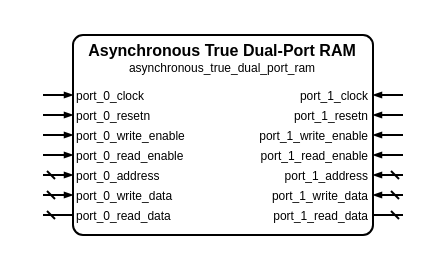
Louis-DR/OmniCores-BuildingBlocks keeps this draw.io diagram as sources/memory/asynchronous_true_dual_port_ram/asynchronous_true_dual_port_ram.symbol.drawio. Above is the earlier version. Source tidied: cells renumbered, new cells numbered last; positions are measured from the earlier drawing's top-left corner, leaving out a move shared by most shapes. Both pictures are drawn from the tidied source at 200%, with x=0, y=0 at pixel (42, 34).
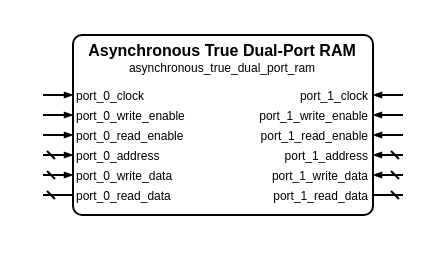
The same page after the edit.

What changed in the source:
```diff
@@
     <mxCell id="2" style="group;" parent="1" vertex="1">
-      <mxGeometry width="180" height="100" as="geometry" />
+      <mxGeometry width="180" height="90" as="geometry" />
     </mxCell>
     <mxCell id="3" style="rounded=1;arcSize=5;fillColor=none;strokeWidth=1;strokeColor=black;whiteSpace=wrap;html=1;" parent="2" vertex="1">
-      <mxGeometry x="15" width="150" height="100" as="geometry" />
+      <mxGeometry x="15" width="150" height="90" as="geometry" />
     </mxCell>
@@
-    <mxCell id="10" value="port_0_resetn" style="text;html=1;align=left;verticalAlign=middle;whiteSpace=wrap;rounded=0;fontSize=6;fontStyle=0;fontColor=black;" parent="2" vertex="1">
-      <mxGeometry x="15" y="40" width="150" as="geometry" />
-    </mxCell>
-    <mxCell id="11" style="html=1;rounded=1;strokeWidth=1;strokeColor=black;startFill=0;startSize=2;startArrow=none;endFill=1;endSize=2;endArrow=blockThin;sourcePerimeterSpacing=0;" parent="2" edge="1">
-      <mxGeometry relative="1" as="geometry">
-        <mxPoint y="40" as="sourcePoint" />
-        <mxPoint x="15" y="40" as="targetPoint" />
-      </mxGeometry>
-    </mxCell>
-    <mxCell id="12" value="port_1_resetn" style="text;html=1;align=right;verticalAlign=middle;whiteSpace=wrap;rounded=0;fontSize=6;fontStyle=0;fontColor=black;" parent="2" vertex="1">
-      <mxGeometry x="15" y="40" width="150" as="geometry" />
-    </mxCell>
-    <mxCell id="13" style="html=1;rounded=1;strokeWidth=1;strokeColor=black;startFill=0;startSize=2;startArrow=none;endFill=1;endSize=2;endArrow=blockThin;sourcePerimeterSpacing=0;" parent="2" edge="1">
-      <mxGeometry relative="1" as="geometry">
-        <mxPoint x="180" y="40" as="sourcePoint" />
-        <mxPoint x="165" y="40" as="targetPoint" />
-      </mxGeometry>
-    </mxCell>
     <mxCell id="14" value="port_0_write_enable" style="text;html=1;align=left;verticalAlign=middle;whiteSpace=wrap;rounded=0;fontSize=6;fontStyle=0;fontColor=black;" parent="2" vertex="1">
-      <mxGeometry x="15" y="50" width="150" as="geometry" />
+      <mxGeometry x="15" y="40" width="150" as="geometry" />
     </mxCell>
     <mxCell id="15" style="html=1;rounded=1;strokeWidth=1;strokeColor=black;startFill=0;startSize=2;startArrow=none;endFill=1;endSize=2;endArrow=blockThin;sourcePerimeterSpacing=0;" parent="2" edge="1">
       <mxGeometry relative="1" as="geometry">
-        <mxPoint y="50" as="sourcePoint" />
-        <mxPoint x="15" y="50" as="targetPoint" />
+        <mxPoint y="40" as="sourcePoint" />
+        <mxPoint x="15" y="40" as="targetPoint" />
       </mxGeometry>
     </mxCell>
     <mxCell id="16" value="port_1_write_enable" style="text;html=1;align=right;verticalAlign=middle;whiteSpace=wrap;rounded=0;fontSize=6;fontStyle=0;fontColor=black;" parent="2" vertex="1">
-      <mxGeometry x="15" y="50" width="150" as="geometry" />
+      <mxGeometry x="15" y="40" width="150" as="geometry" />
     </mxCell>
     <mxCell id="17" style="html=1;rounded=1;strokeWidth=1;strokeColor=black;startFill=0;startSize=2;startArrow=none;endFill=1;endSize=2;endArrow=blockThin;sourcePerimeterSpacing=0;" parent="2" edge="1">
       <mxGeometry relative="1" as="geometry">
-        <mxPoint x="180" y="50" as="sourcePoint" />
-        <mxPoint x="165" y="50" as="targetPoint" />
+        <mxPoint x="180" y="40" as="sourcePoint" />
+        <mxPoint x="165" y="40" as="targetPoint" />
       </mxGeometry>
     </mxCell>
     <mxCell id="18" value="port_0_read_enable" style="text;html=1;align=left;verticalAlign=middle;whiteSpace=wrap;rounded=0;fontSize=6;fontStyle=0;fontColor=black;" parent="2" vertex="1">
-      <mxGeometry x="15" y="60" width="150" as="geometry" />
+      <mxGeometry x="15" y="50" width="150" as="geometry" />
     </mxCell>
     <mxCell id="19" style="html=1;rounded=1;strokeWidth=1;strokeColor=black;startFill=0;startSize=2;startArrow=none;endFill=1;endSize=2;endArrow=blockThin;sourcePerimeterSpacing=0;" parent="2" edge="1">
       <mxGeometry relative="1" as="geometry">
-        <mxPoint y="60" as="sourcePoint" />
-        <mxPoint x="15" y="60" as="targetPoint" />
+        <mxPoint y="50" as="sourcePoint" />
+        <mxPoint x="15" y="50" as="targetPoint" />
       </mxGeometry>
     </mxCell>
     <mxCell id="20" value="port_1_read_enable" style="text;html=1;align=right;verticalAlign=middle;whiteSpace=wrap;rounded=0;fontSize=6;fontStyle=0;fontColor=black;" parent="2" vertex="1">
-      <mxGeometry x="15" y="60" width="150" as="geometry" />
+      <mxGeometry x="15" y="50" width="150" as="geometry" />
     </mxCell>
     <mxCell id="21" style="html=1;rounded=1;strokeWidth=1;strokeColor=black;startFill=0;startSize=2;startArrow=none;endFill=1;endSize=2;endArrow=blockThin;sourcePerimeterSpacing=0;" parent="2" edge="1">
       <mxGeometry relative="1" as="geometry">
-        <mxPoint x="180" y="60" as="sourcePoint" />
-        <mxPoint x="165" y="60" as="targetPoint" />
+        <mxPoint x="180" y="50" as="sourcePoint" />
+        <mxPoint x="165" y="50" as="targetPoint" />
       </mxGeometry>
     </mxCell>
     <mxCell id="22" value="port_0_address" style="text;html=1;align=left;verticalAlign=middle;whiteSpace=wrap;rounded=0;fontSize=6;fontStyle=0;fontColor=black;" parent="2" vertex="1">
-      <mxGeometry x="15" y="70" width="150" as="geometry" />
+      <mxGeometry x="15" y="60" width="150" as="geometry" />
     </mxCell>
     <mxCell id="23" style="html=1;rounded=1;strokeWidth=1;strokeColor=black;startFill=0;startSize=2;startArrow=dash;endFill=1;endSize=2;endArrow=blockThin;sourcePerimeterSpacing=0;" parent="2" edge="1">
       <mxGeometry relative="1" as="geometry">
-        <mxPoint y="70" as="sourcePoint" />
-        <mxPoint x="15" y="70" as="targetPoint" />
+        <mxPoint y="60" as="sourcePoint" />
+        <mxPoint x="15" y="60" as="targetPoint" />
       </mxGeometry>
     </mxCell>
     <mxCell id="24" value="port_1_address" style="text;html=1;align=right;verticalAlign=middle;whiteSpace=wrap;rounded=0;fontSize=6;fontStyle=0;fontColor=black;" parent="2" vertex="1">
-      <mxGeometry x="15" y="70" width="150" as="geometry" />
+      <mxGeometry x="15" y="60" width="150" as="geometry" />
     </mxCell>
     <mxCell id="25" style="html=1;rounded=1;strokeWidth=1;strokeColor=black;startFill=0;startSize=2;startArrow=dash;endFill=1;endSize=2;endArrow=blockThin;sourcePerimeterSpacing=0;" parent="2" edge="1">
       <mxGeometry relative="1" as="geometry">
-        <mxPoint x="180" y="70" as="sourcePoint" />
-        <mxPoint x="165" y="70" as="targetPoint" />
+        <mxPoint x="180" y="60" as="sourcePoint" />
+        <mxPoint x="165" y="60" as="targetPoint" />
       </mxGeometry>
     </mxCell>
     <mxCell id="26" value="port_0_write_data" style="text;html=1;align=left;verticalAlign=middle;whiteSpace=wrap;rounded=0;fontSize=6;fontStyle=0;fontColor=black;" parent="2" vertex="1">
-      <mxGeometry x="15" y="80" width="150" as="geometry" />
+      <mxGeometry x="15" y="70" width="150" as="geometry" />
     </mxCell>
     <mxCell id="27" style="html=1;rounded=1;strokeWidth=1;strokeColor=black;startFill=0;startSize=2;startArrow=dash;endFill=1;endSize=2;endArrow=blockThin;sourcePerimeterSpacing=0;" parent="2" edge="1">
       <mxGeometry relative="1" as="geometry">
-        <mxPoint y="80" as="sourcePoint" />
-        <mxPoint x="15" y="80" as="targetPoint" />
+        <mxPoint y="70" as="sourcePoint" />
+        <mxPoint x="15" y="70" as="targetPoint" />
       </mxGeometry>
     </mxCell>
     <mxCell id="28" value="port_1_write_data" style="text;html=1;align=right;verticalAlign=middle;whiteSpace=wrap;rounded=0;fontSize=6;fontStyle=0;fontColor=black;" parent="2" vertex="1">
-      <mxGeometry x="15" y="80" width="150" as="geometry" />
+      <mxGeometry x="15" y="70" width="150" as="geometry" />
     </mxCell>
     <mxCell id="29" style="html=1;rounded=1;strokeWidth=1;strokeColor=black;startFill=0;startSize=2;startArrow=dash;endFill=1;endSize=2;endArrow=blockThin;sourcePerimeterSpacing=0;" parent="2" edge="1">
       <mxGeometry relative="1" as="geometry">
-        <mxPoint x="180" y="80" as="sourcePoint" />
-        <mxPoint x="165" y="80" as="targetPoint" />
+        <mxPoint x="180" y="70" as="sourcePoint" />
+        <mxPoint x="165" y="70" as="targetPoint" />
       </mxGeometry>
     </mxCell>
     <mxCell id="30" value="port_0_read_data" style="text;html=1;align=left;verticalAlign=middle;whiteSpace=wrap;rounded=0;fontSize=6;fontStyle=0;fontColor=black;" parent="2" vertex="1">
-      <mxGeometry x="15" y="90" width="150" as="geometry" />
+      <mxGeometry x="15" y="80" width="150" as="geometry" />
     </mxCell>
     <mxCell id="31" style="html=1;rounded=1;strokeWidth=1;strokeColor=black;startFill=0;startSize=2;startArrow=dash;endFill=1;endSize=2;endArrow=none;sourcePerimeterSpacing=0;" parent="2" edge="1">
       <mxGeometry relative="1" as="geometry">
-        <mxPoint y="90" as="sourcePoint" />
-        <mxPoint x="15" y="90" as="targetPoint" />
+        <mxPoint y="80" as="sourcePoint" />
+        <mxPoint x="15" y="80" as="targetPoint" />
       </mxGeometry>
     </mxCell>
     <mxCell id="32" value="port_1_read_data" style="text;html=1;align=right;verticalAlign=middle;whiteSpace=wrap;rounded=0;fontSize=6;fontStyle=0;fontColor=black;" parent="2" vertex="1">
-      <mxGeometry x="15" y="90" width="150" as="geometry" />
+      <mxGeometry x="15" y="80" width="150" as="geometry" />
     </mxCell>
     <mxCell id="33" style="html=1;rounded=1;strokeWidth=1;strokeColor=black;startFill=0;startSize=2;startArrow=dash;endFill=1;endSize=2;endArrow=none;sourcePerimeterSpacing=0;" parent="2" edge="1">
       <mxGeometry relative="1" as="geometry">
-        <mxPoint x="180" y="90" as="sourcePoint" />
-        <mxPoint x="165" y="90" as="targetPoint" />
+        <mxPoint x="180" y="80" as="sourcePoint" />
+        <mxPoint x="165" y="80" as="targetPoint" />
       </mxGeometry>
     </mxCell>
```
